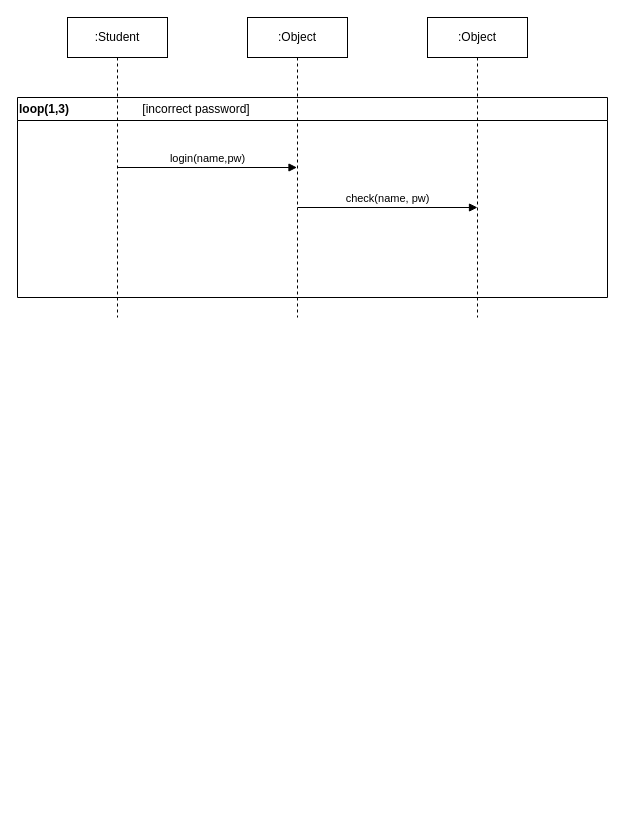
Before: 제목 없는 다이어그램.drawio in Ethan-cho/MAKEAREASON, a draw.io diagram. Source tidied: cells renumbered, new cells numbered last; positions are measured from the earlier drawing's top-left corner, leaving out a move shared by most shapes. Both pictures are drawn from the tidied source at 100%, with x=0, y=0 at pixel (17, 17).
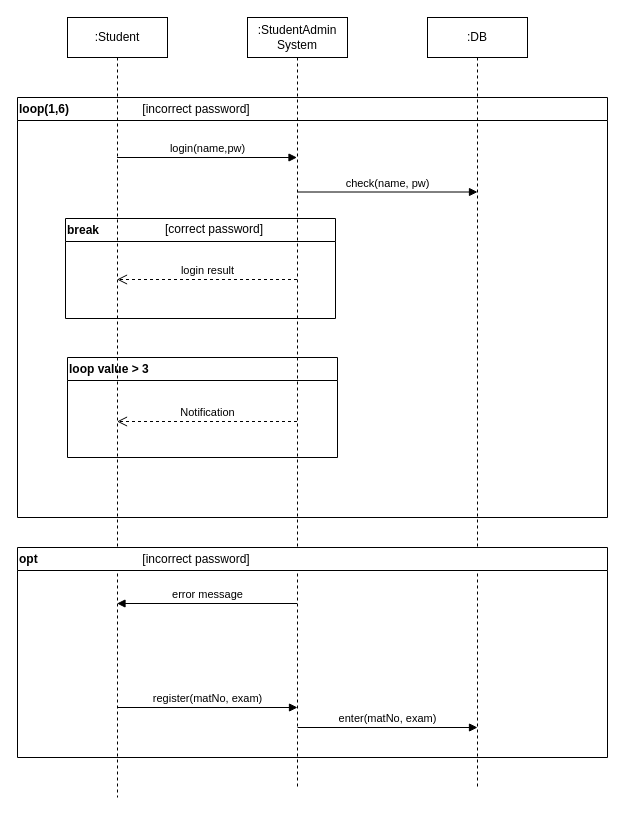
Above is the later version.

Commit message (it also covers changes not shown here):
제목 없는 다이어그램.drawio 업데이트

Diff of the diagram source:
```diff
@@
+    <mxCell id="9" value="loop value &amp;gt; 3" style="swimlane;whiteSpace=wrap;html=1;align=left;" parent="1" vertex="1">
+      <mxGeometry x="50" y="340" width="270" height="100" as="geometry" />
+    </mxCell>
-    <mxCell id="2" value="loop(1,3)" style="swimlane;whiteSpace=wrap;html=1;align=left;" parent="1" vertex="1">
-      <mxGeometry y="80" width="590" height="200" as="geometry" />
+    <mxCell id="2" value="loop(1,6)" style="swimlane;whiteSpace=wrap;html=1;align=left;" parent="1" vertex="1">
+      <mxGeometry y="80" width="590" height="420" as="geometry" />
     </mxCell>
@@
+    <mxCell id="7" value="login(name,pw)" style="html=1;verticalAlign=bottom;endArrow=block;curved=0;rounded=0;" parent="2" edge="1">
+      <mxGeometry relative="1" as="geometry">
+        <mxPoint x="99.5" y="60" as="sourcePoint" />
+        <mxPoint x="279.5" y="60" as="targetPoint" />
+      </mxGeometry>
+    </mxCell>
+    <mxCell id="8" value="check(name, pw)" style="html=1;verticalAlign=bottom;endArrow=block;curved=0;rounded=0;" parent="2" edge="1">
+      <mxGeometry relative="1" as="geometry">
+        <mxPoint x="280" y="94.5" as="sourcePoint" />
+        <mxPoint x="460" y="94.5" as="targetPoint" />
+      </mxGeometry>
+    </mxCell>
+    <mxCell id="10" value="break" style="swimlane;whiteSpace=wrap;html=1;align=left;" parent="2" vertex="1">
+      <mxGeometry x="48" y="121" width="270" height="100" as="geometry" />
+    </mxCell>
     <mxCell id="4" value=":Student" style="shape=umlLifeline;perimeter=lifelinePerimeter;whiteSpace=wrap;html=1;outlineConnect=0;portConstraint=eastwest;newEdgeStyle={&quot;edgeStyle&quot;:&quot;elbowEdgeStyle&quot;,&quot;elbow&quot;:&quot;vertical&quot;,&quot;curved&quot;:0,&quot;rounded&quot;:0};" parent="1" vertex="1">
-      <mxGeometry x="50" width="100" height="300" as="geometry" />
+      <mxGeometry x="50" width="100" height="780" as="geometry" />
     </mxCell>
-    <mxCell id="5" value=":Object" style="shape=umlLifeline;perimeter=lifelinePerimeter;whiteSpace=wrap;html=1;outlineConnect=0;portConstraint=eastwest;newEdgeStyle={&quot;edgeStyle&quot;:&quot;elbowEdgeStyle&quot;,&quot;elbow&quot;:&quot;vertical&quot;,&quot;curved&quot;:0,&quot;rounded&quot;:0};" parent="1" vertex="1">
-      <mxGeometry x="230" width="100" height="300" as="geometry" />
+    <mxCell id="5" value=":StudentAdmin System" style="shape=umlLifeline;perimeter=lifelinePerimeter;whiteSpace=wrap;html=1;outlineConnect=0;portConstraint=eastwest;newEdgeStyle={&quot;edgeStyle&quot;:&quot;elbowEdgeStyle&quot;,&quot;elbow&quot;:&quot;vertical&quot;,&quot;curved&quot;:0,&quot;rounded&quot;:0};" parent="1" vertex="1">
+      <mxGeometry x="230" width="100" height="770" as="geometry" />
     </mxCell>
-    <mxCell id="6" value=":Object" style="shape=umlLifeline;perimeter=lifelinePerimeter;whiteSpace=wrap;html=1;newEdgeStyle={&quot;edgeStyle&quot;:&quot;elbowEdgeStyle&quot;,&quot;elbow&quot;:&quot;vertical&quot;,&quot;curved&quot;:0,&quot;rounded&quot;:0};" parent="1" vertex="1">
-      <mxGeometry x="410" width="100" height="300" as="geometry" />
+    <mxCell id="6" value=":DB" style="shape=umlLifeline;perimeter=lifelinePerimeter;whiteSpace=wrap;html=1;newEdgeStyle={&quot;edgeStyle&quot;:&quot;elbowEdgeStyle&quot;,&quot;elbow&quot;:&quot;vertical&quot;,&quot;curved&quot;:0,&quot;rounded&quot;:0};" parent="1" vertex="1">
+      <mxGeometry x="410" width="100" height="770" as="geometry" />
     </mxCell>
-    <mxCell id="7" value="login(name,pw)" style="html=1;verticalAlign=bottom;endArrow=block;curved=0;rounded=0;" parent="1" edge="1" source="4" target="5">
-      <mxGeometry relative="1" as="geometry" />
-    </mxCell>
-    <mxCell id="8" value="check(name, pw)" style="html=1;verticalAlign=bottom;endArrow=block;curved=0;rounded=0;" parent="1" edge="1">
-      <mxGeometry relative="1" as="geometry">
-        <mxPoint x="280" y="190" as="sourcePoint" />
-        <mxPoint x="460" y="190" as="targetPoint" />
-      </mxGeometry>
-    </mxCell>
+    <mxCell id="11" value="opt" style="swimlane;whiteSpace=wrap;html=1;align=left;" parent="1" vertex="1">
+      <mxGeometry y="530" width="590" height="210" as="geometry" />
+    </mxCell>
+    <mxCell id="12" value="[incorrect password]" style="text;html=1;strokeColor=none;fillColor=none;align=center;verticalAlign=middle;whiteSpace=wrap;rounded=0;" parent="11" vertex="1">
+      <mxGeometry x="114" y="-3" width="130" height="30" as="geometry" />
+    </mxCell>
+    <mxCell id="13" value="error message" style="html=1;verticalAlign=bottom;endArrow=block;curved=0;rounded=0;" parent="1" edge="1">
+      <mxGeometry relative="1" as="geometry">
+        <mxPoint x="279.5" y="586" as="sourcePoint" />
+        <mxPoint x="99.5" y="586" as="targetPoint" />
+      </mxGeometry>
+    </mxCell>
+    <mxCell id="14" value="register(matNo, exam)" style="html=1;verticalAlign=bottom;endArrow=block;curved=0;rounded=0;" parent="1" edge="1">
+      <mxGeometry relative="1" as="geometry">
+        <mxPoint x="100" y="690" as="sourcePoint" />
+        <mxPoint x="280" y="690" as="targetPoint" />
+      </mxGeometry>
+    </mxCell>
+    <mxCell id="15" value="enter(matNo, exam)" style="html=1;verticalAlign=bottom;endArrow=block;curved=0;rounded=0;" parent="1" edge="1">
+      <mxGeometry relative="1" as="geometry">
+        <mxPoint x="280" y="710" as="sourcePoint" />
+        <mxPoint x="460" y="710" as="targetPoint" />
+      </mxGeometry>
+    </mxCell>
+    <mxCell id="16" value="[correct password]" style="text;html=1;strokeColor=none;fillColor=none;align=center;verticalAlign=middle;whiteSpace=wrap;rounded=0;" parent="1" vertex="1">
+      <mxGeometry x="132" y="197" width="130" height="30" as="geometry" />
+    </mxCell>
+    <mxCell id="17" value="login result" style="html=1;verticalAlign=bottom;endArrow=open;dashed=1;endSize=8;curved=0;rounded=0;" parent="1" edge="1">
+      <mxGeometry relative="1" as="geometry">
+        <mxPoint x="279.5" y="262" as="sourcePoint" />
+        <mxPoint x="99.5" y="262" as="targetPoint" />
+      </mxGeometry>
+    </mxCell>
+    <mxCell id="18" value="Notification" style="html=1;verticalAlign=bottom;endArrow=open;dashed=1;endSize=8;curved=0;rounded=0;" parent="1" edge="1">
+      <mxGeometry relative="1" as="geometry">
+        <mxPoint x="279.5" y="404" as="sourcePoint" />
+        <mxPoint x="99.5" y="404" as="targetPoint" />
+      </mxGeometry>
+    </mxCell>
```
